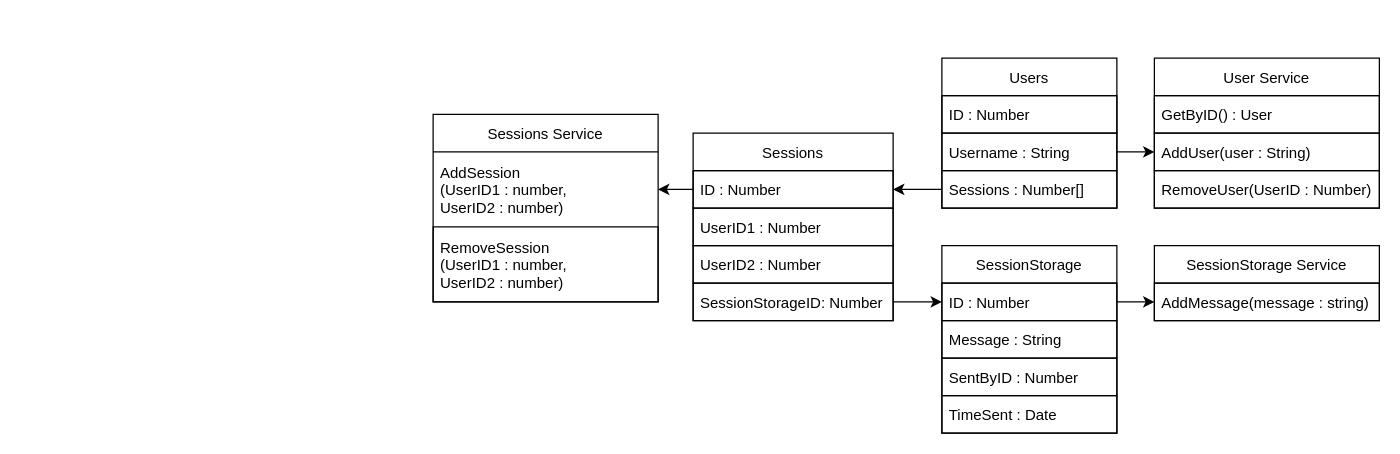
Before: ChatEngine-API/planner.drawio in DavidDawood/ChatEngine-API, a draw.io diagram. Source tidied: cells renumbered, new cells numbered last; positions are measured from the earlier drawing's top-left corner, leaving out a move shared by most shapes. Both pictures are drawn from the tidied source at 125%, with x=0, y=0 at pixel (432, 58).
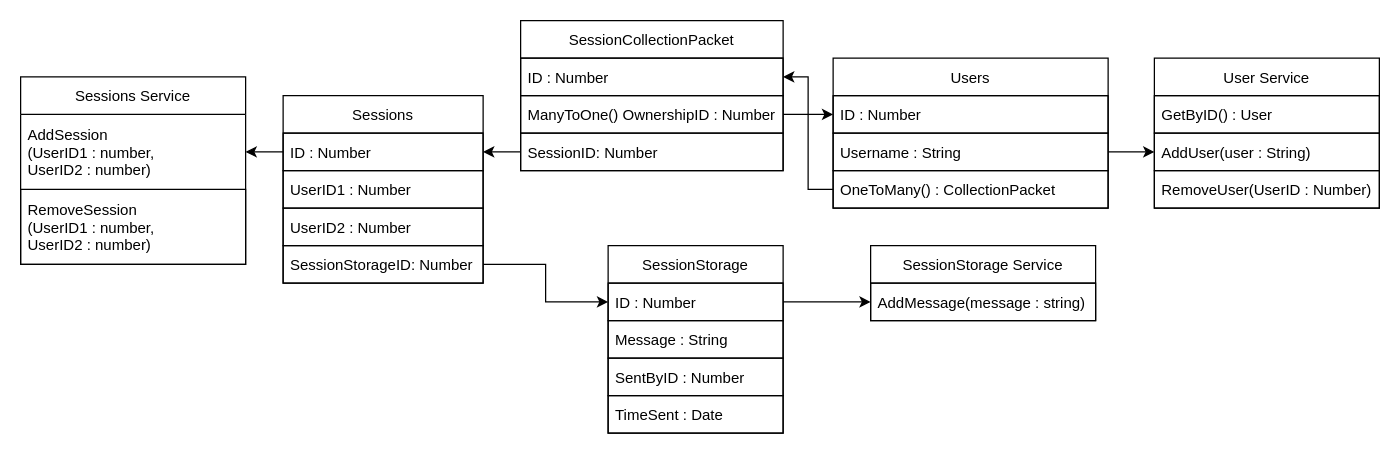
The same page after the edit.

Unchanged cells that the change refers to:
```xml
<mxCell id="12" value="ID : Number" style="text;strokeColor=default;fillColor=none;align=left;verticalAlign=middle;spacingLeft=4;spacingRight=4;overflow=hidden;points=[[0,0.5],[1,0.5]];portConstraint=eastwest;" parent="11" vertex="1">
  <mxGeometry y="30" width="160" height="30" as="geometry" />
</mxCell>
```

Diff of the diagram source:
```diff
@@
     <mxCell id="2" value="Users" style="swimlane;fontStyle=0;horizontal=1;startSize=30;strokeColor=default;" parent="1" vertex="1">
-      <mxGeometry x="407" width="140" height="120" as="geometry" />
+      <mxGeometry x="320" width="220" height="120" as="geometry" />
     </mxCell>
     <mxCell id="3" value="ID : Number" style="text;strokeColor=default;fillColor=none;align=left;verticalAlign=middle;spacingLeft=4;spacingRight=4;overflow=hidden;points=[[0,0.5],[1,0.5]];portConstraint=eastwest;" parent="2" vertex="1">
-      <mxGeometry y="30" width="140" height="30" as="geometry" />
+      <mxGeometry y="30" width="220" height="30" as="geometry" />
     </mxCell>
     <mxCell id="4" value="Username : String" style="text;strokeColor=default;fillColor=none;align=left;verticalAlign=middle;spacingLeft=4;spacingRight=4;overflow=hidden;points=[[0,0.5],[1,0.5]];portConstraint=eastwest;" parent="2" vertex="1">
-      <mxGeometry y="60" width="140" height="30" as="geometry" />
+      <mxGeometry y="60" width="220" height="30" as="geometry" />
     </mxCell>
-    <mxCell id="5" value="Sessions : Number[]" style="text;strokeColor=default;fillColor=none;align=left;verticalAlign=middle;spacingLeft=4;spacingRight=4;overflow=hidden;points=[[0,0.5],[1,0.5]];portConstraint=eastwest;" parent="2" vertex="1">
-      <mxGeometry y="90" width="140" height="30" as="geometry" />
+    <mxCell id="5" value="OneToMany() : CollectionPacket" style="text;strokeColor=default;fillColor=none;align=left;verticalAlign=middle;spacingLeft=4;spacingRight=4;overflow=hidden;points=[[0,0.5],[1,0.5]];portConstraint=eastwest;" parent="2" vertex="1">
+      <mxGeometry y="90" width="220" height="30" as="geometry" />
     </mxCell>
     <mxCell id="6" value="SessionStorage" style="swimlane;fontStyle=0;horizontal=1;startSize=30;strokeColor=default;" parent="1" vertex="1">
-      <mxGeometry x="407" y="150" width="140" height="150" as="geometry" />
+      <mxGeometry x="140" y="150" width="140" height="150" as="geometry" />
     </mxCell>
@@
     <mxCell id="11" value="Sessions" style="swimlane;fontStyle=0;horizontal=1;startSize=30;" parent="1" vertex="1">
-      <mxGeometry x="208" y="60" width="160" height="150" as="geometry" />
+      <mxGeometry x="-120" y="30" width="160" height="150" as="geometry" />
     </mxCell>
@@
-    <mxCell id="16" style="edgeStyle=orthogonalEdgeStyle;rounded=0;jettySize=auto;html=1;exitX=0;exitY=0.5;exitDx=0;exitDy=0;entryX=1;entryY=0.5;entryDx=0;entryDy=0;strokeColor=default;" parent="1" edge="1" source="5" target="12">
-      <mxGeometry relative="1" as="geometry" />
-    </mxCell>
@@
     <mxCell id="23" value="SessionStorage Service" style="swimlane;fontStyle=0;horizontal=1;startSize=30;strokeColor=default;" parent="1" vertex="1">
-      <mxGeometry x="577" y="150" width="180" height="60" as="geometry" />
+      <mxGeometry x="350" y="150" width="180" height="60" as="geometry" />
     </mxCell>
@@
     <mxCell id="26" value="Sessions Service" style="swimlane;fontStyle=0;horizontal=1;startSize=30;" parent="1" vertex="1">
-      <mxGeometry y="45" width="180" height="150" as="geometry" />
+      <mxGeometry x="-330" y="15" width="180" height="150" as="geometry" />
     </mxCell>
@@
+    <mxCell id="30" value="SessionCollectionPacket" style="swimlane;fontStyle=0;horizontal=1;startSize=30;" parent="1" vertex="1">
+      <mxGeometry x="70" y="-30" width="210" height="120" as="geometry" />
+    </mxCell>
+    <mxCell id="31" value="ID : Number" style="text;strokeColor=default;fillColor=none;align=left;verticalAlign=middle;spacingLeft=4;spacingRight=4;overflow=hidden;points=[[0,0.5],[1,0.5]];portConstraint=eastwest;" parent="30" vertex="1">
+      <mxGeometry y="30" width="210" height="30" as="geometry" />
+    </mxCell>
+    <mxCell id="32" value="ManyToOne() OwnershipID : Number" style="text;strokeColor=default;fillColor=none;align=left;verticalAlign=middle;spacingLeft=4;spacingRight=4;overflow=hidden;points=[[0,0.5],[1,0.5]];portConstraint=eastwest;" parent="30" vertex="1">
+      <mxGeometry y="60" width="210" height="30" as="geometry" />
+    </mxCell>
+    <mxCell id="33" value="SessionID: Number" style="text;strokeColor=default;fillColor=none;align=left;verticalAlign=middle;spacingLeft=4;spacingRight=4;overflow=hidden;points=[[0,0.5],[1,0.5]];portConstraint=eastwest;" parent="30" vertex="1">
+      <mxGeometry y="90" width="210" height="30" as="geometry" />
+    </mxCell>
+    <mxCell id="34" style="edgeStyle=orthogonalEdgeStyle;rounded=0;jettySize=auto;html=1;exitX=1;exitY=0.5;exitDx=0;exitDy=0;entryX=0;entryY=0.5;entryDx=0;entryDy=0;" parent="1" edge="1" source="32" target="3">
+      <mxGeometry relative="1" as="geometry" />
+    </mxCell>
+    <mxCell id="35" style="edgeStyle=orthogonalEdgeStyle;rounded=0;jettySize=auto;html=1;exitX=0;exitY=0.5;exitDx=0;exitDy=0;entryX=1;entryY=0.5;entryDx=0;entryDy=0;" parent="1" edge="1" source="5" target="31">
+      <mxGeometry relative="1" as="geometry" />
+    </mxCell>
+    <mxCell id="36" style="edgeStyle=orthogonalEdgeStyle;rounded=0;jettySize=auto;html=1;exitX=0;exitY=0.5;exitDx=0;exitDy=0;entryX=1;entryY=0.5;entryDx=0;entryDy=0;" parent="1" edge="1" source="33" target="12">
+      <mxGeometry relative="1" as="geometry" />
+    </mxCell>
```
